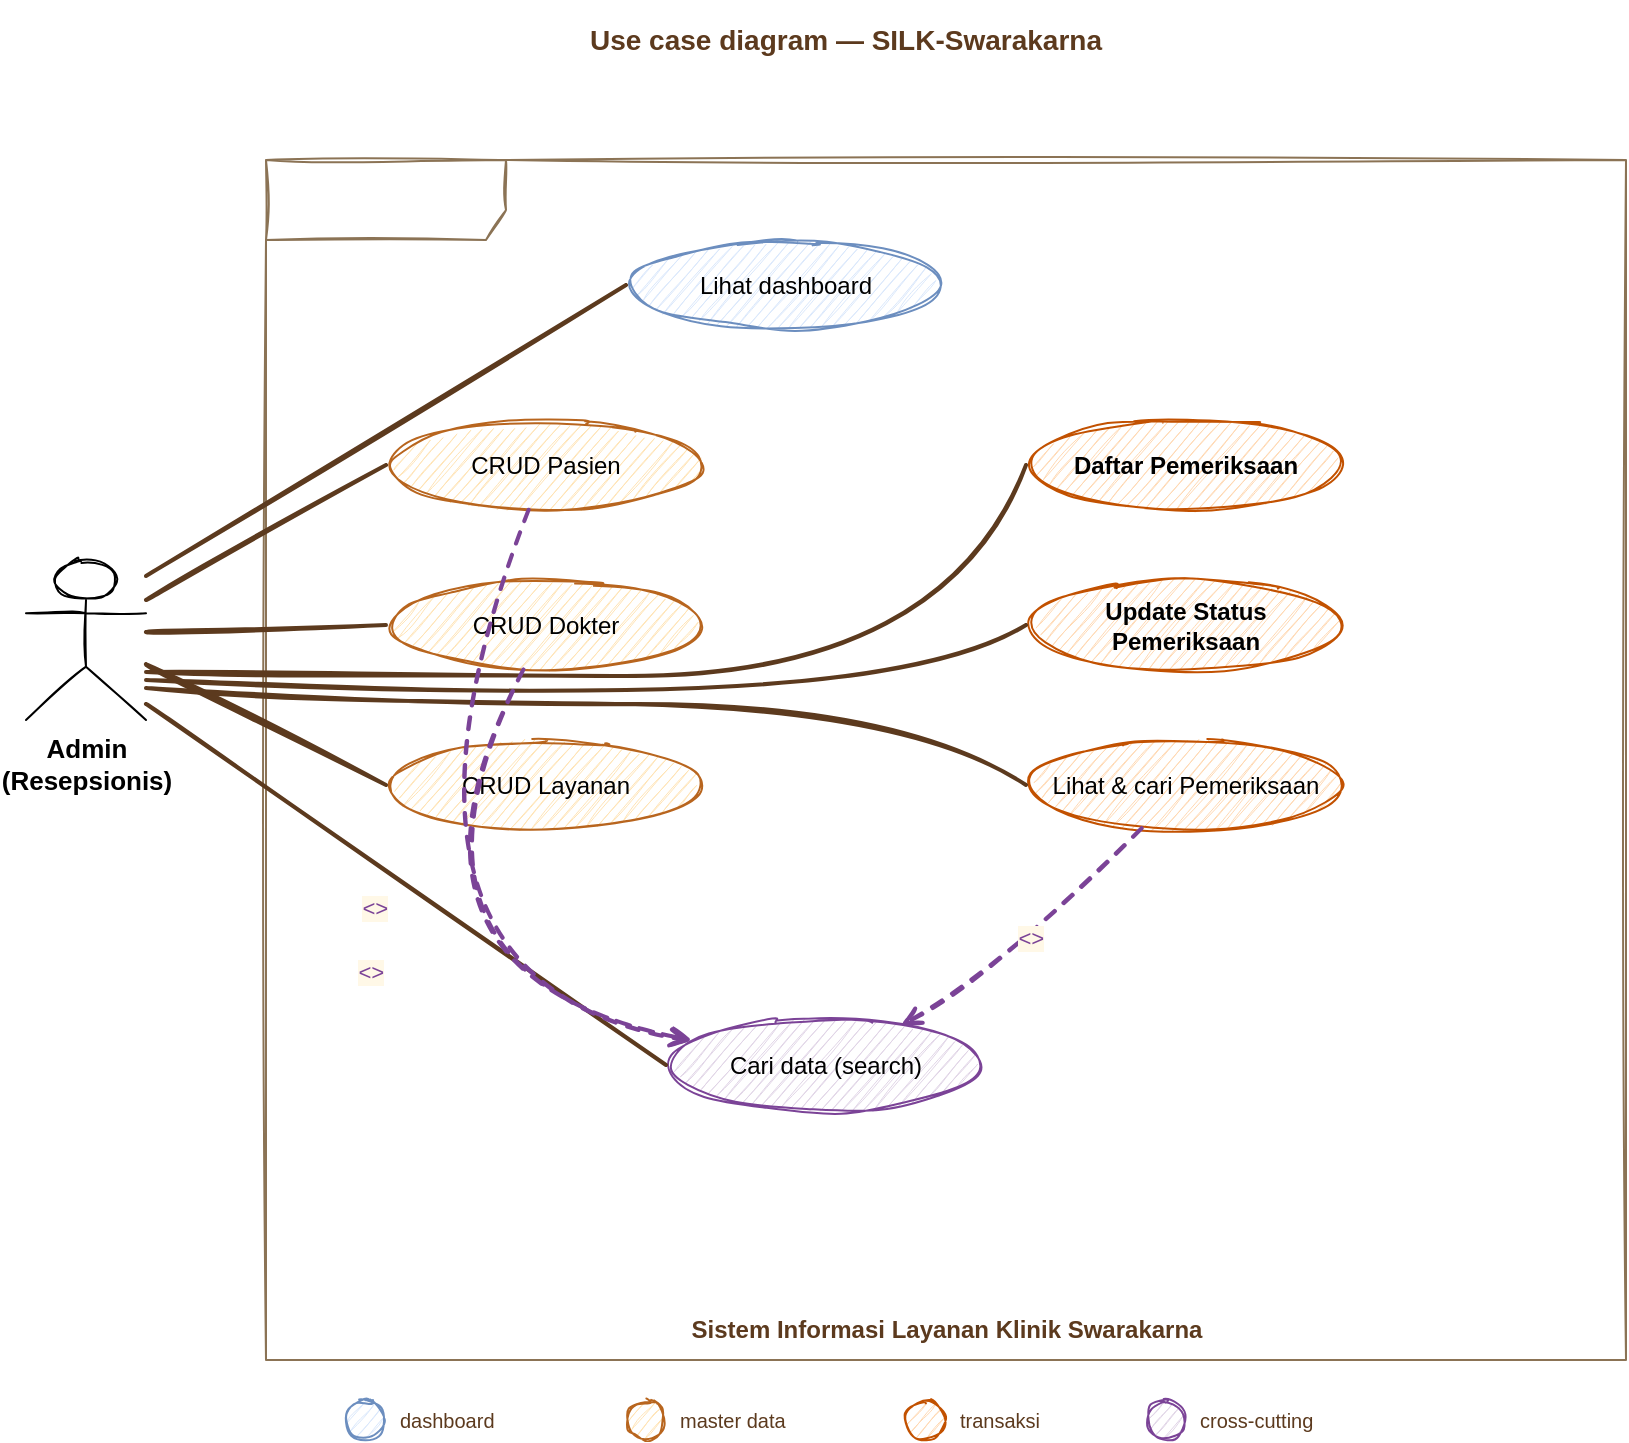
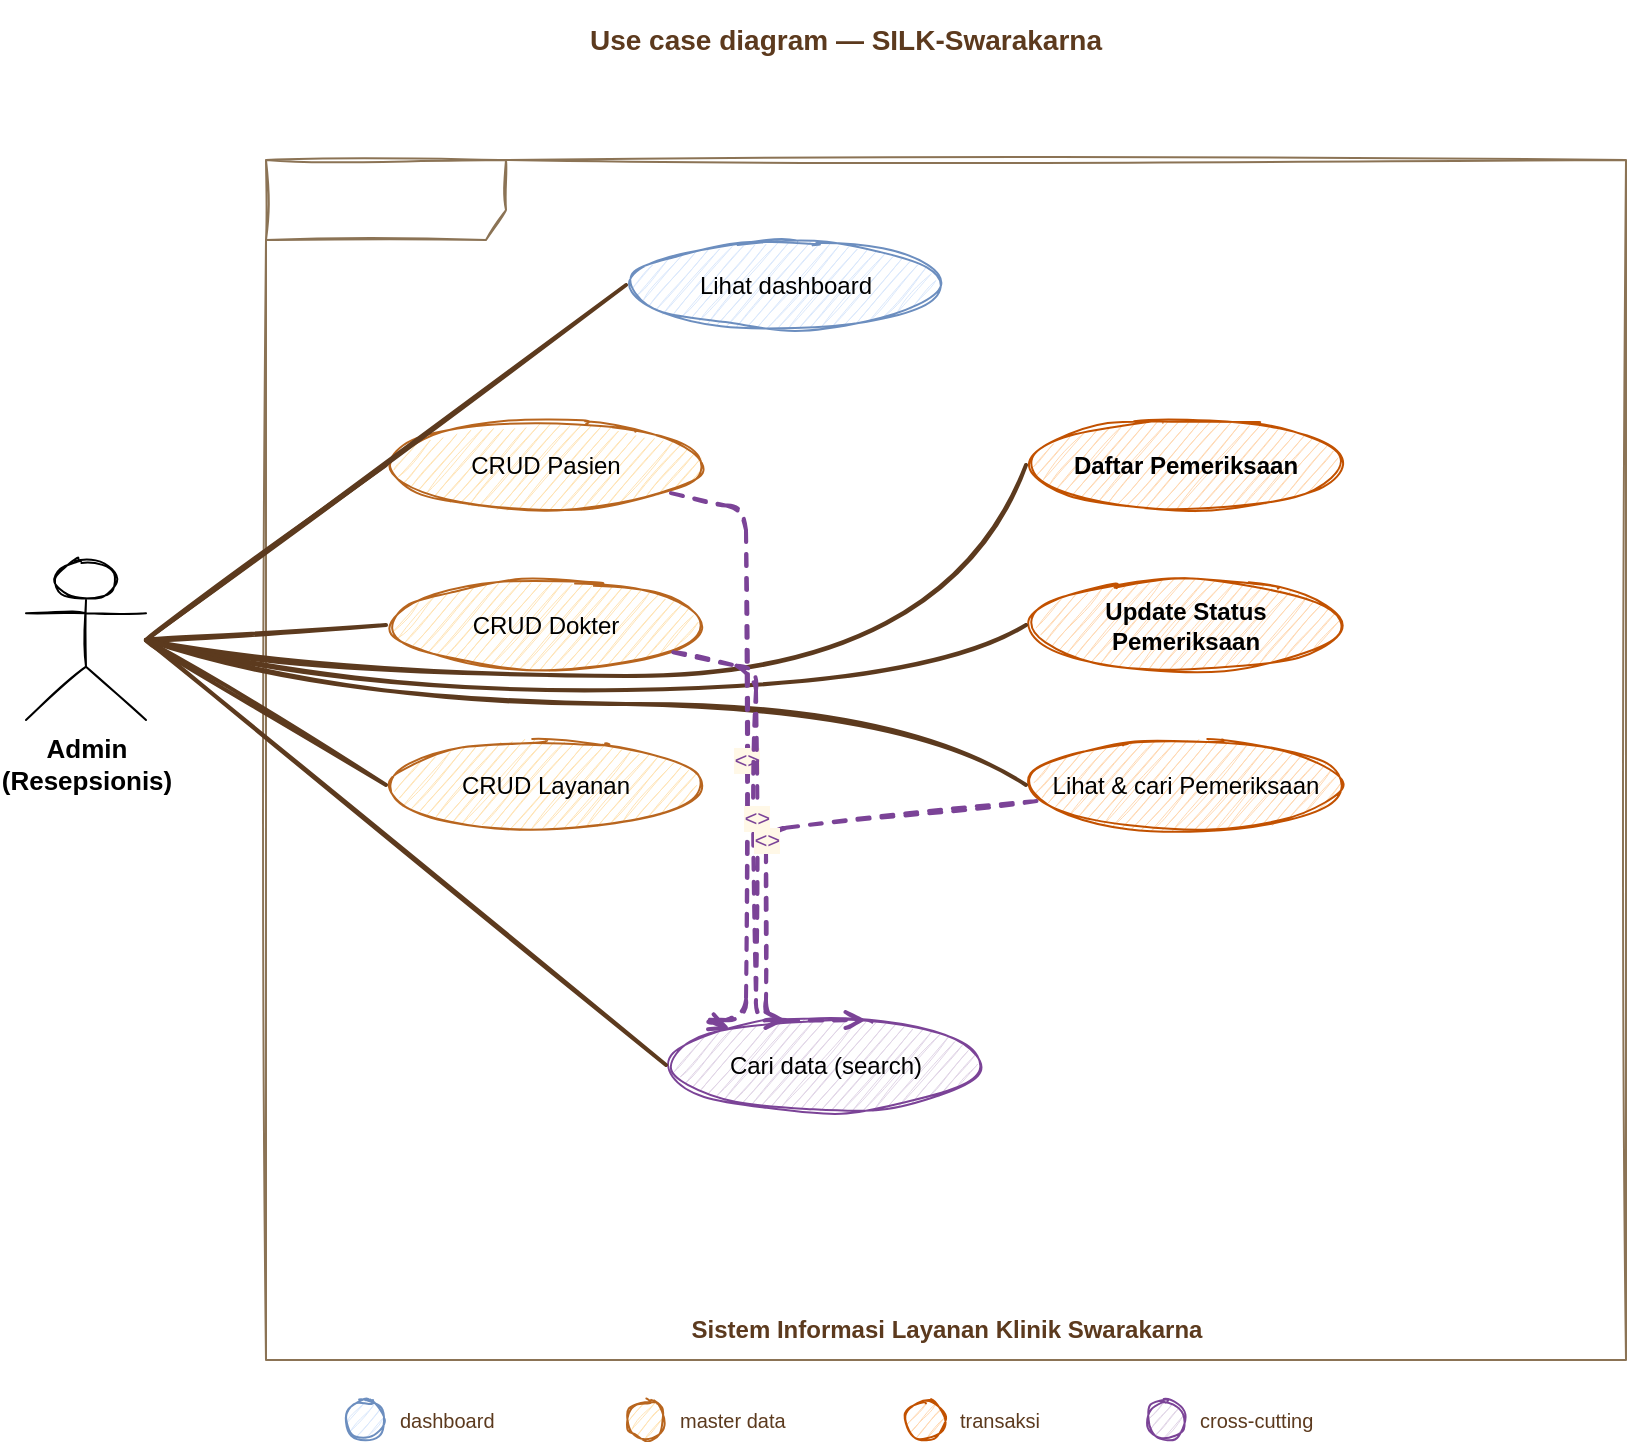
<?xml version="1.0" encoding="UTF-8"?>
<mxfile host="drawio" version="26.0.0">
  <diagram name="UML Use Case" id="uml-usecase-silk-swarakarna">
    <mxGraphModel dx="900" dy="800" grid="1" gridSize="10" guides="1" tooltips="1" connect="1" arrows="1" fold="1" page="1" pageScale="1" pageWidth="900" pageHeight="800" math="0" shadow="0">
      <root>
        <mxCell id="0" />
        <mxCell id="1" parent="0" />

        <mxCell id="title" value="Use case diagram — SILK-Swarakarna" style="text;html=1;align=center;verticalAlign=middle;whiteSpace=wrap;rounded=0;fontSize=14;fontStyle=1;fontColor=#5c3a1e;sketch=1;fontFamily=Helvetica;" vertex="1" parent="1">
          <mxGeometry x="60" y="20" width="780" height="40" as="geometry" />
        </mxCell>

        <mxCell id="boundary" value="" style="shape=umlFrame;whiteSpace=wrap;html=1;fillColor=none;strokeColor=#8b7355;sketch=1;width=120;height=40;" vertex="1" parent="1">
          <mxGeometry x="160" y="100" width="680" height="600" as="geometry" />
        </mxCell>
        <mxCell id="boundary-label" value="Sistem Informasi Layanan Klinik Swarakarna" style="text;html=1;align=center;verticalAlign=middle;fontSize=12;fontStyle=1;fontColor=#5c3a1e;sketch=0;fontFamily=Helvetica;" vertex="1" parent="boundary">
          <mxGeometry x="120" y="575" width="440" height="20" as="geometry" />
        </mxCell>

        <mxCell id="admin" value="Admin&#xa;(Resepsionis)" style="shape=umlActor;verticalLabelPosition=bottom;labelBackgroundColor=#ffffff;verticalAlign=top;html=1;outlineConnect=0;sketch=1;fontFamily=Helvetica;fontSize=13;fontStyle=1;" vertex="1" parent="1">
          <mxGeometry x="40" y="300" width="60" height="80" as="geometry" />
        </mxCell>

        <mxCell id="uc1" value="Lihat dashboard" style="ellipse;whiteSpace=wrap;html=1;fillColor=#dae8fc;strokeColor=#6c8ebf;sketch=1;fontFamily=Helvetica;fontSize=12;" vertex="1" parent="1">
          <mxGeometry x="340" y="140" width="160" height="45" as="geometry" />
        </mxCell>

        <mxCell id="uc2" value="CRUD Pasien" style="ellipse;whiteSpace=wrap;html=1;fillColor=#ffe4b5;strokeColor=#b8651e;sketch=1;fontFamily=Helvetica;fontSize=12;" vertex="1" parent="1">
          <mxGeometry x="220" y="230" width="160" height="45" as="geometry" />
        </mxCell>

        <mxCell id="uc3" value="CRUD Dokter" style="ellipse;whiteSpace=wrap;html=1;fillColor=#ffe4b5;strokeColor=#b8651e;sketch=1;fontFamily=Helvetica;fontSize=12;" vertex="1" parent="1">
          <mxGeometry x="220" y="310" width="160" height="45" as="geometry" />
        </mxCell>

        <mxCell id="uc4" value="CRUD Layanan" style="ellipse;whiteSpace=wrap;html=1;fillColor=#ffe4b5;strokeColor=#b8651e;sketch=1;fontFamily=Helvetica;fontSize=12;" vertex="1" parent="1">
          <mxGeometry x="220" y="390" width="160" height="45" as="geometry" />
        </mxCell>

        <mxCell id="uc5" value="Daftar Pemeriksaan" style="ellipse;whiteSpace=wrap;html=1;fillColor=#ffd9b3;strokeColor=#c25100;sketch=1;fontFamily=Helvetica;fontSize=12;fontStyle=1;" vertex="1" parent="1">
          <mxGeometry x="540" y="230" width="160" height="45" as="geometry" />
        </mxCell>

        <mxCell id="uc6" value="Update Status Pemeriksaan" style="ellipse;whiteSpace=wrap;html=1;fillColor=#ffd9b3;strokeColor=#c25100;sketch=1;fontFamily=Helvetica;fontSize=12;fontStyle=1;" vertex="1" parent="1">
          <mxGeometry x="540" y="310" width="160" height="45" as="geometry" />
        </mxCell>

        <mxCell id="uc7" value="Lihat &amp; cari Pemeriksaan" style="ellipse;whiteSpace=wrap;html=1;fillColor=#ffd9b3;strokeColor=#c25100;sketch=1;fontFamily=Helvetica;fontSize:12;" vertex="1" parent="1">
          <mxGeometry x="540" y="390" width="160" height="45" as="geometry" />
        </mxCell>

        <mxCell id="uc8" value="Cari data (search)" style="ellipse;whiteSpace=wrap;html=1;fillColor=#e1d5e7;strokeColor=#7b4397;sketch=1;fontFamily=Helvetica;fontSize=12;" vertex="1" parent="1">
          <mxGeometry x="360" y="530" width="160" height="45" as="geometry" />
        </mxCell>

-         <mxCell id="a1" value="" style="endArrow=none;html=1;sketch=1;curved=1;strokeColor=#5c3a1e;strokeWidth=2;exitX=1;exitY=0.1;entryX=0;entryY=0.5;" edge="1" parent="1" source="admin" target="uc1">
+         <mxCell id="a1" value="" style="endArrow=none;html=1;sketch=1;curved=1;strokeColor=#5c3a1e;strokeWidth=2;exitX=1;exitY=0.5;entryX=0;entryY=0.5;" edge="1" parent="1" source="admin" target="uc1">
          <mxGeometry relative="1" as="geometry" />
        </mxCell>
-         <mxCell id="a2" value="" style="endArrow=none;html=1;sketch=1;curved=1;strokeColor=#5c3a1e;strokeWidth=2;exitX=1;exitY=0.25;entryX=0;entryY=0.5;" edge="1" parent="1" source="admin" target="uc2">
+         <mxCell id="a2" value="" style="endArrow=none;html=1;sketch=1;curved=1;strokeColor=#5c3a1e;strokeWidth=2;exitX=1;exitY=0.5;entryX=0;entryY=0.5;" edge="1" parent="1" source="admin" target="uc2">
          <mxGeometry relative="1" as="geometry" />
        </mxCell>
-         <mxCell id="a3" value="" style="endArrow=none;html=1;sketch=1;curved=1;strokeColor=#5c3a1e;strokeWidth=2;exitX=1;exitY=0.45;entryX=0;entryY=0.5;" edge="1" parent="1" source="admin" target="uc3">
+         <mxCell id="a3" value="" style="endArrow=none;html=1;sketch=1;curved=1;strokeColor=#5c3a1e;strokeWidth=2;exitX=1;exitY=0.5;entryX=0;entryY=0.5;" edge="1" parent="1" source="admin" target="uc3">
          <mxGeometry relative="1" as="geometry" />
        </mxCell>
-         <mxCell id="a4" value="" style="endArrow=none;html=1;sketch=1;curved=1;strokeColor=#5c3a1e;strokeWidth=2;exitX=1;exitY=0.65;entryX=0;entryY=0.5;" edge="1" parent="1" source="admin" target="uc4">
+         <mxCell id="a4" value="" style="endArrow=none;html=1;sketch=1;curved=1;strokeColor=#5c3a1e;strokeWidth=2;exitX=1;exitY=0.5;entryX=0;entryY=0.5;" edge="1" parent="1" source="admin" target="uc4">
          <mxGeometry relative="1" as="geometry" />
        </mxCell>
-         <mxCell id="a5" value="" style="endArrow=none;html=1;sketch=1;curved=1;strokeColor=#5c3a1e;strokeWidth=2;exitX=1;exitY=0.7;entryX=0;entryY=0.5;" edge="1" parent="1" source="admin" target="uc5">
+         <mxCell id="a5" value="" style="endArrow=none;html=1;sketch=1;curved=1;strokeColor=#5c3a1e;strokeWidth=2;exitX=1;exitY=0.5;entryX=0;entryY=0.5;" edge="1" parent="1" source="admin" target="uc5">
          <mxGeometry relative="1" as="geometry">
            <Array as="points">
              <mxPoint x="180" y="358" />
              <mxPoint x="500" y="358" />
            </Array>
          </mxGeometry>
        </mxCell>
-         <mxCell id="a6" value="" style="endArrow=none;html=1;sketch=1;curved=1;strokeColor=#5c3a1e;strokeWidth=2;exitX=1;exitY=0.75;entryX=0;entryY=0.5;" edge="1" parent="1" source="admin" target="uc6">
+         <mxCell id="a6" value="" style="endArrow=none;html=1;sketch=1;curved=1;strokeColor=#5c3a1e;strokeWidth=2;exitX=1;exitY=0.5;entryX=0;entryY=0.5;" edge="1" parent="1" source="admin" target="uc6">
          <mxGeometry relative="1" as="geometry">
            <Array as="points">
              <mxPoint x="190" y="365" />
              <mxPoint x="490" y="365" />
            </Array>
          </mxGeometry>
        </mxCell>
-         <mxCell id="a7" value="" style="endArrow=none;html=1;sketch=1;curved=1;strokeColor=#5c3a1e;strokeWidth=2;exitX=1;exitY=0.8;entryX=0;entryY=0.5;" edge="1" parent="1" source="admin" target="uc7">
+         <mxCell id="a7" value="" style="endArrow=none;html=1;sketch=1;curved=1;strokeColor=#5c3a1e;strokeWidth=2;exitX=1;exitY=0.5;entryX=0;entryY=0.5;" edge="1" parent="1" source="admin" target="uc7">
          <mxGeometry relative="1" as="geometry">
            <Array as="points">
              <mxPoint x="200" y="372" />
              <mxPoint x="480" y="372" />
            </Array>
          </mxGeometry>
        </mxCell>
-         <mxCell id="a8" value="" style="endArrow=none;html=1;sketch=1;curved=1;strokeColor=#5c3a1e;strokeWidth=2;exitX=1;exitY=0.9;entryX=0;entryY=0.5;" edge="1" parent="1" source="admin" target="uc8">
+         <mxCell id="a8" value="" style="endArrow=none;html=1;sketch=1;curved=1;strokeColor=#5c3a1e;strokeWidth=2;exitX=1;exitY=0.5;entryX=0;entryY=0.5;" edge="1" parent="1" source="admin" target="uc8">
          <mxGeometry relative="1" as="geometry" />
        </mxCell>

-         <mxCell id="inc1" value="&lt;&lt;include&gt;&gt;" style="endArrow=open;html=1;dashed=1;sketch=1;curved=1;strokeColor=#7b4397;strokeWidth=2;fontSize=11;fontStyle=2;fontColor=#7b4397;fontFamily=Helvetica;labelBackgroundColor=#fff8e7;" edge="1" parent="1" source="uc2" target="uc8">
+         <mxCell id="inc1" value="&lt;&lt;include&gt;&gt;" style="endArrow=open;html=1;dashed=1;sketch=1;strokeColor=#7b4397;strokeWidth=2;fontSize=11;fontStyle=2;fontColor=#7b4397;fontFamily=Helvetica;labelBackgroundColor=#fff8e7;" edge="1" parent="1" source="uc2" target="uc8">
          <mxGeometry relative="1" as="geometry">
            <Array as="points">
-               <mxPoint x="200" y="510" />
+               <mxPoint x="400" y="275" />
+               <mxPoint x="400" y="530" />
+               <mxPoint x="380" y="530" />
            </Array>
          </mxGeometry>
        </mxCell>
-         <mxCell id="inc2" value="&lt;&lt;include&gt;&gt;" style="endArrow=open;html=1;dashed=1;sketch=1;curved=1;strokeColor=#7b4397;strokeWidth=2;fontSize=11;fontStyle=2;fontColor=#7b4397;fontFamily=Helvetica;labelBackgroundColor=#fff8e7;" edge="1" parent="1" source="uc3" target="uc8">
+         <mxCell id="inc2" value="&lt;&lt;include&gt;&gt;" style="endArrow=open;html=1;dashed=1;sketch=1;strokeColor=#7b4397;strokeWidth=2;fontSize=11;fontStyle=2;fontColor=#7b4397;fontFamily=Helvetica;labelBackgroundColor=#fff8e7;" edge="1" parent="1" source="uc3" target="uc8">
          <mxGeometry relative="1" as="geometry">
            <Array as="points">
-               <mxPoint x="210" y="510" />
+               <mxPoint x="405" y="355" />
+               <mxPoint x="405" y="530" />
+               <mxPoint x="420" y="530" />
            </Array>
          </mxGeometry>
        </mxCell>
-         <mxCell id="inc3" value="&lt;&lt;include&gt;&gt;" style="endArrow=open;html=1;dashed=1;sketch=1;curved=1;strokeColor=#7b4397;strokeWidth=2;fontSize=11;fontStyle=2;fontColor=#7b4397;fontFamily=Helvetica;labelBackgroundColor=#fff8e7;" edge="1" parent="1" source="uc7" target="uc8">
+         <mxCell id="inc3" value="&lt;&lt;include&gt;&gt;" style="endArrow=open;html=1;dashed=1;sketch=1;strokeColor=#7b4397;strokeWidth=2;fontSize=11;fontStyle=2;fontColor=#7b4397;fontFamily=Helvetica;labelBackgroundColor=#fff8e7;" edge="1" parent="1" source="uc7" target="uc8">
          <mxGeometry relative="1" as="geometry">
            <Array as="points">
-               <mxPoint x="520" y="510" />
+               <mxPoint x="410" y="435" />
+               <mxPoint x="410" y="530" />
+               <mxPoint x="460" y="530" />
            </Array>
          </mxGeometry>
        </mxCell>

        <mxCell id="legend-1" value="" style="ellipse;whiteSpace=wrap;html=1;fillColor=#dae8fc;strokeColor=#6c8ebf;sketch=1;fontFamily=Helvetica;" vertex="1" parent="1">
          <mxGeometry x="200" y="720" width="20" height="20" as="geometry" />
        </mxCell>
        <mxCell id="legend-1-text" value="dashboard" style="text;html=1;align=left;verticalAlign=middle;fontSize=10;fontColor=#5c3a1e;fontFamily=Helvetica;" vertex="1" parent="1">
          <mxGeometry x="225" y="720" width="100" height="20" as="geometry" />
        </mxCell>
        <mxCell id="legend-2" value="" style="ellipse;whiteSpace=wrap;html=1;fillColor=#ffe4b5;strokeColor=#b8651e;sketch=1;fontFamily=Helvetica;" vertex="1" parent="1">
          <mxGeometry x="340" y="720" width="20" height="20" as="geometry" />
        </mxCell>
        <mxCell id="legend-2-text" value="master data" style="text;html=1;align=left;verticalAlign=middle;fontSize=10;fontColor=#5c3a1e;fontFamily=Helvetica;" vertex="1" parent="1">
          <mxGeometry x="365" y="720" width="100" height="20" as="geometry" />
        </mxCell>
        <mxCell id="legend-3" value="" style="ellipse;whiteSpace=wrap;html=1;fillColor=#ffd9b3;strokeColor=#c25100;sketch=1;fontFamily=Helvetica;" vertex="1" parent="1">
          <mxGeometry x="480" y="720" width="20" height="20" as="geometry" />
        </mxCell>
        <mxCell id="legend-3-text" value="transaksi" style="text;html=1;align=left;verticalAlign=middle;fontSize=10;fontColor=#5c3a1e;fontFamily=Helvetica;" vertex="1" parent="1">
          <mxGeometry x="505" y="720" width="80" height="20" as="geometry" />
        </mxCell>
        <mxCell id="legend-4" value="" style="ellipse;whiteSpace=wrap;html=1;fillColor=#e1d5e7;strokeColor=#7b4397;sketch=1;fontFamily=Helvetica;" vertex="1" parent="1">
          <mxGeometry x="600" y="720" width="20" height="20" as="geometry" />
        </mxCell>
        <mxCell id="legend-4-text" value="cross-cutting" style="text;html=1;align=left;verticalAlign=middle;fontSize=10;fontColor=#5c3a1e;fontFamily=Helvetica;" vertex="1" parent="1">
          <mxGeometry x="625" y="720" width="100" height="20" as="geometry" />
        </mxCell>

      </root>
    </mxGraphModel>
  </diagram>
</mxfile>
